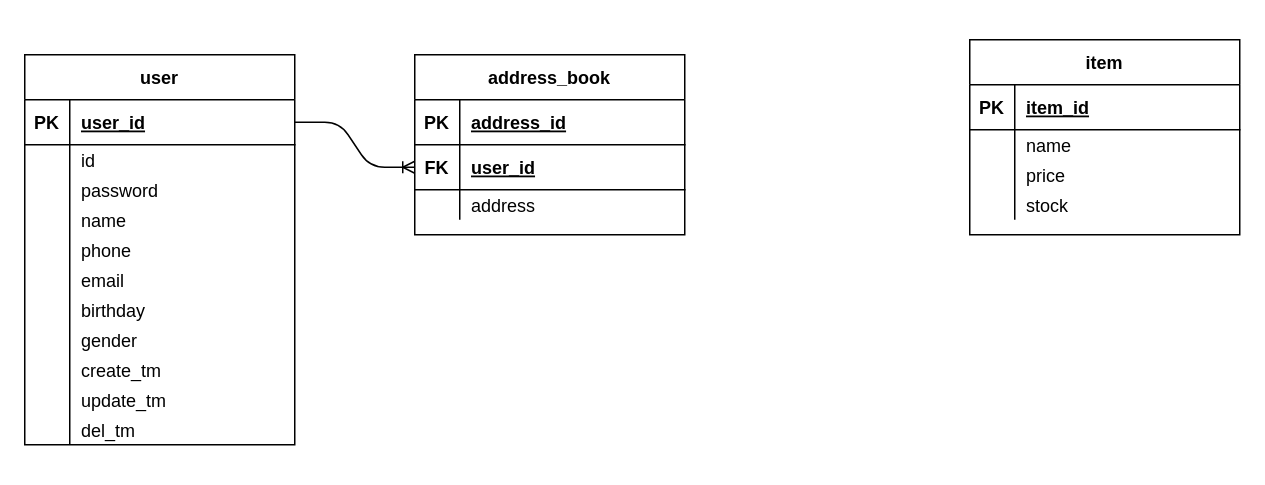
The draw.io diagram JpaProjectERD.drawio in dirtysmile/jpaProject, before the edit. Source tidied: cells renumbered, new cells numbered last; positions are measured from the earlier drawing's top-left corner, leaving out a move shared by most shapes. Both pictures are drawn from the tidied source at 150%, with x=0, y=0 at pixel (24, 39).
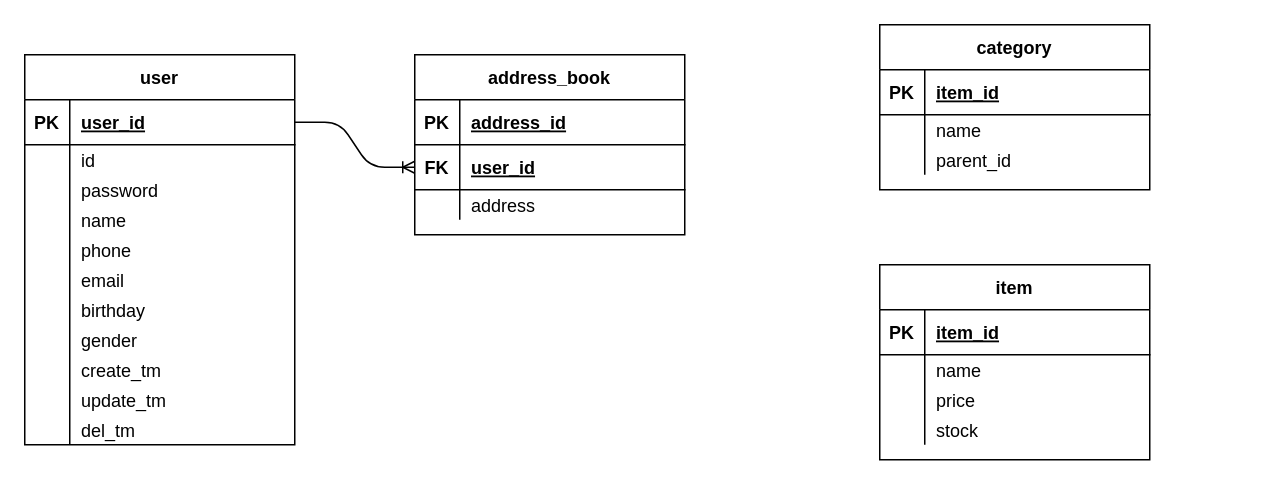
The same page after the edit.

Diff of the diagram source:
```diff
@@
     <mxCell id="46" value="item" style="shape=table;startSize=30;childLayout=tableLayout;rowLines=0;fontStyle=1;align=center;" parent="1" vertex="1">
-      <mxGeometry x="630" width="180" height="130" as="geometry" />
+      <mxGeometry x="570" y="150" width="180" height="130" as="geometry" />
     </mxCell>
@@
+    <mxCell id="60" value="category" style="shape=table;startSize=30;childLayout=tableLayout;rowLines=0;fontStyle=1;align=center;" parent="1" vertex="1">
+      <mxGeometry x="570" y="-10" width="180" height="110" as="geometry" />
+    </mxCell>
+    <mxCell id="61" style="shape=partialRectangle;fillColor=none;top=0;left=0;bottom=1;right=0;" parent="60" vertex="1">
+      <mxGeometry y="30" width="180" height="30" as="geometry" />
+    </mxCell>
+    <mxCell id="62" value="PK" style="shape=partialRectangle;fillColor=none;top=0;left=0;bottom=0;right=0;fontStyle=1;overflow=hidden;" parent="61" vertex="1">
+      <mxGeometry width="30" height="30" as="geometry" />
+    </mxCell>
+    <mxCell id="63" value="item_id" style="shape=partialRectangle;fillColor=none;top=0;left=0;bottom=0;right=0;align=left;spacingLeft=6;fontStyle=5;overflow=hidden;" parent="61" vertex="1">
+      <mxGeometry x="30" width="150" height="30" as="geometry" />
+    </mxCell>
+    <mxCell id="64" style="shape=partialRectangle;fillColor=none;top=0;left=0;bottom=0;right=0;" parent="60" vertex="1">
+      <mxGeometry y="60" width="180" height="20" as="geometry" />
+    </mxCell>
+    <mxCell id="65" style="shape=partialRectangle;fillColor=none;top=0;left=0;bottom=0;right=0;overflow=hidden;" parent="64" vertex="1">
+      <mxGeometry width="30" height="20" as="geometry" />
+    </mxCell>
+    <mxCell id="66" value="name" style="shape=partialRectangle;fillColor=none;top=0;left=0;bottom=0;right=0;align=left;spacingLeft=6;overflow=hidden;" parent="64" vertex="1">
+      <mxGeometry x="30" width="150" height="20" as="geometry" />
+    </mxCell>
+    <mxCell id="67" style="shape=partialRectangle;fillColor=none;top=0;left=0;bottom=0;right=0;" parent="60" vertex="1">
+      <mxGeometry y="80" width="180" height="20" as="geometry" />
+    </mxCell>
+    <mxCell id="68" style="shape=partialRectangle;fillColor=none;top=0;left=0;bottom=0;right=0;overflow=hidden;" parent="67" vertex="1">
+      <mxGeometry width="30" height="20" as="geometry" />
+    </mxCell>
+    <mxCell id="69" value="parent_id" style="shape=partialRectangle;fillColor=none;top=0;left=0;bottom=0;right=0;align=left;spacingLeft=6;overflow=hidden;" parent="67" vertex="1">
+      <mxGeometry x="30" width="150" height="20" as="geometry" />
+    </mxCell>
```
